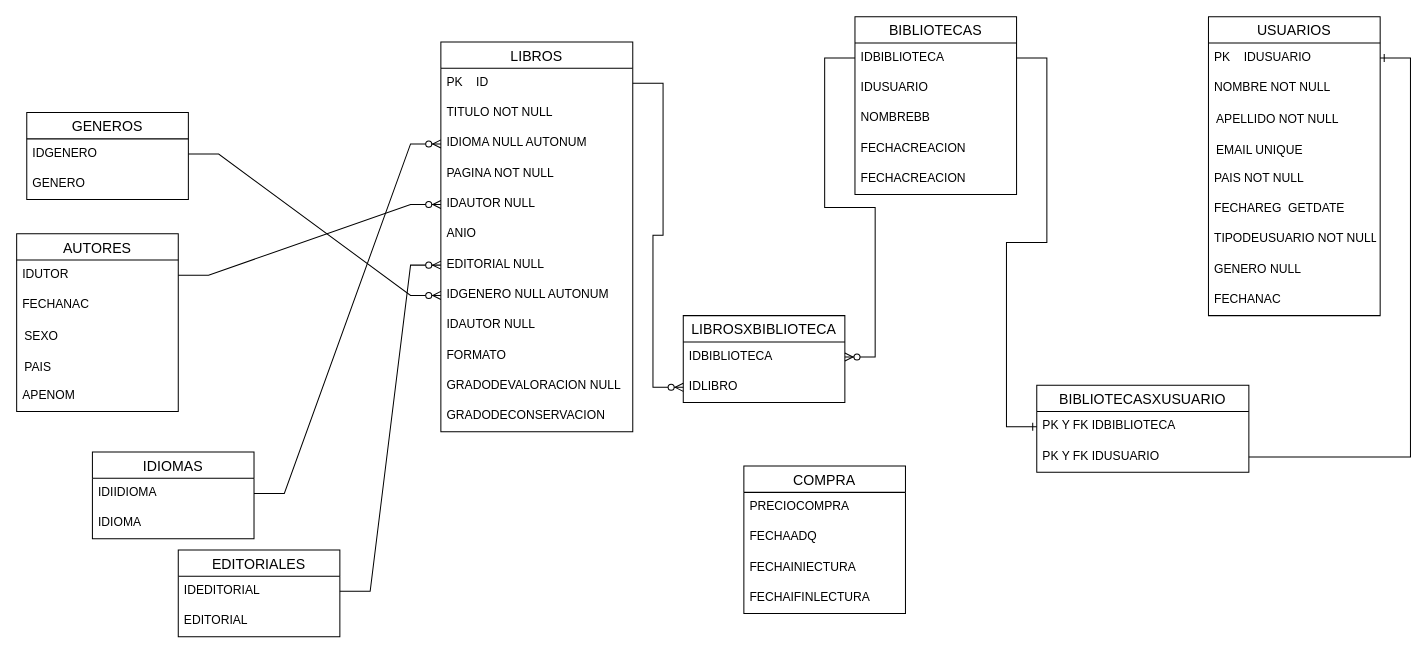
The draw.io diagram BOOKWORM ACTIVIDAD 1.4 MI VERSION.drawio in MATUKE23/LABIII, before the edit. Source tidied: cells renumbered, new cells numbered last; positions are measured from the earlier drawing's top-left corner, leaving out a move shared by most shapes. Both pictures are drawn from the tidied source at 101%, with x=0, y=0 at pixel (16, 16).
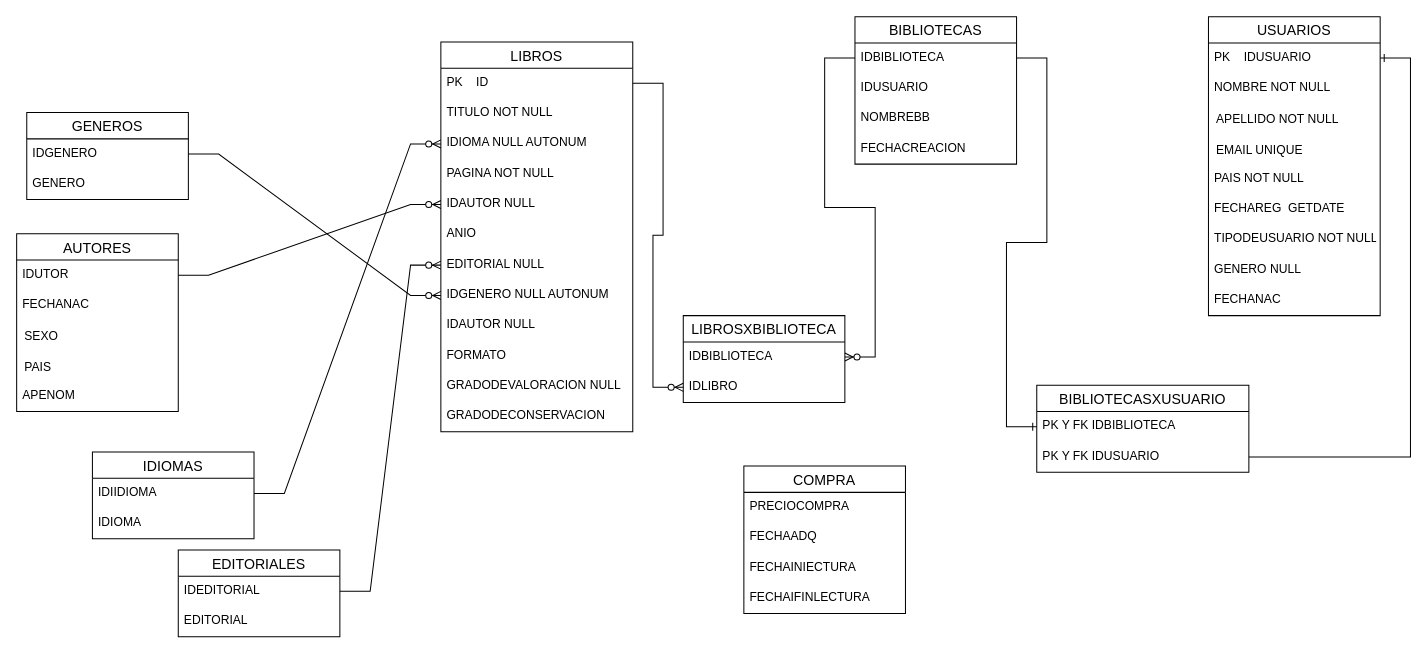
The same diagram, later.

The edit, as a diff of the source:
```diff
@@
     <mxCell id="44" value="BIBLIOTECAS" style="swimlane;fontStyle=0;horizontal=1;startSize=26;align=center;fontSize=14;strokeColor=default;fillColor=none;" parent="1" vertex="1">
-      <mxGeometry x="830" width="160" height="176" as="geometry" />
+      <mxGeometry x="830" width="160" height="146" as="geometry" />
     </mxCell>
@@
-    <mxCell id="48" value="FECHACREACION" style="text;strokeColor=none;fillColor=none;spacingLeft=4;spacingRight=4;overflow=hidden;fontSize=12;" parent="44" vertex="1">
-      <mxGeometry y="116" width="160" height="30" as="geometry" />
-    </mxCell>
     <mxCell id="49" value="FECHACREACION" style="text;strokeColor=none;fillColor=none;spacingLeft=4;spacingRight=4;overflow=hidden;fontSize=12;" parent="44" vertex="1">
-      <mxGeometry y="146" width="160" height="30" as="geometry" />
+      <mxGeometry y="116" width="160" height="30" as="geometry" />
     </mxCell>
```
